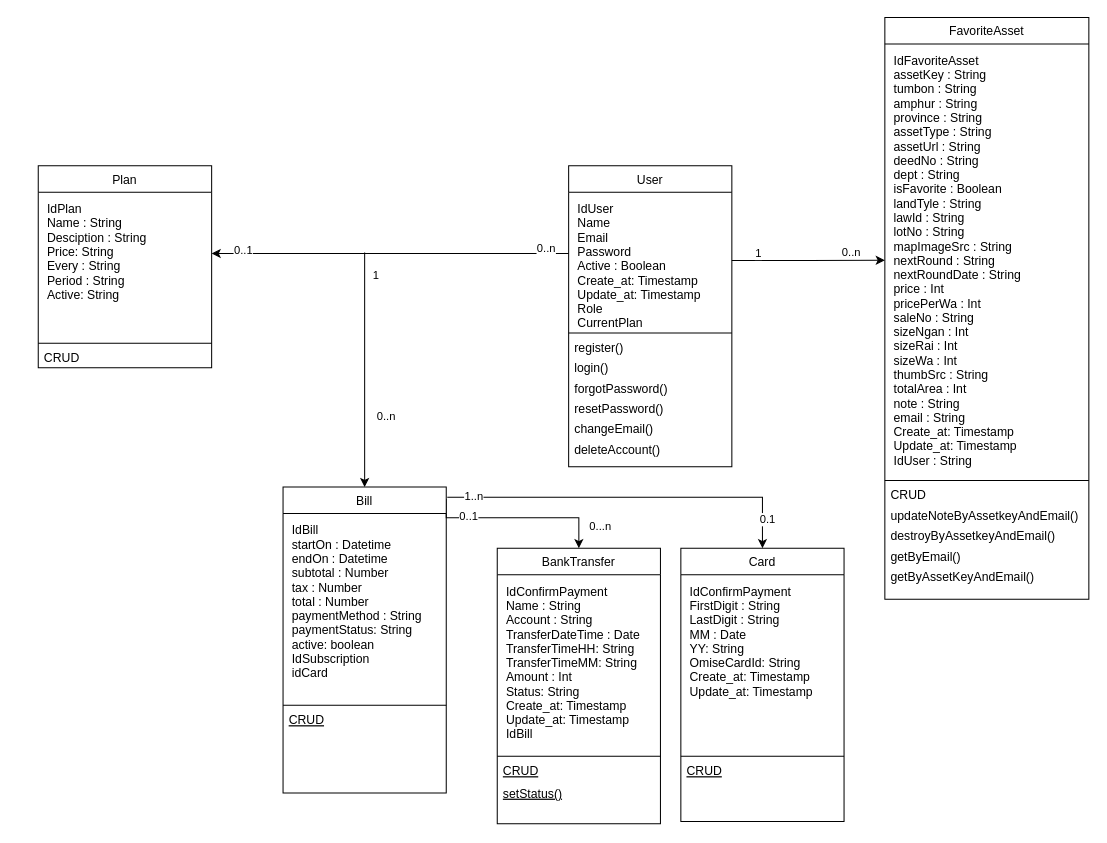
The draw.io diagram Pramool Quick Laravel-Vue.drawio in Chawn/pramoolquick-laravel-vue, before the edit. Source tidied: cells renumbered, new cells numbered last; positions are measured from the earlier drawing's top-left corner, leaving out a move shared by most shapes. Both pictures are drawn from the tidied source at 102%, with x=0, y=0 at pixel (38, 17).
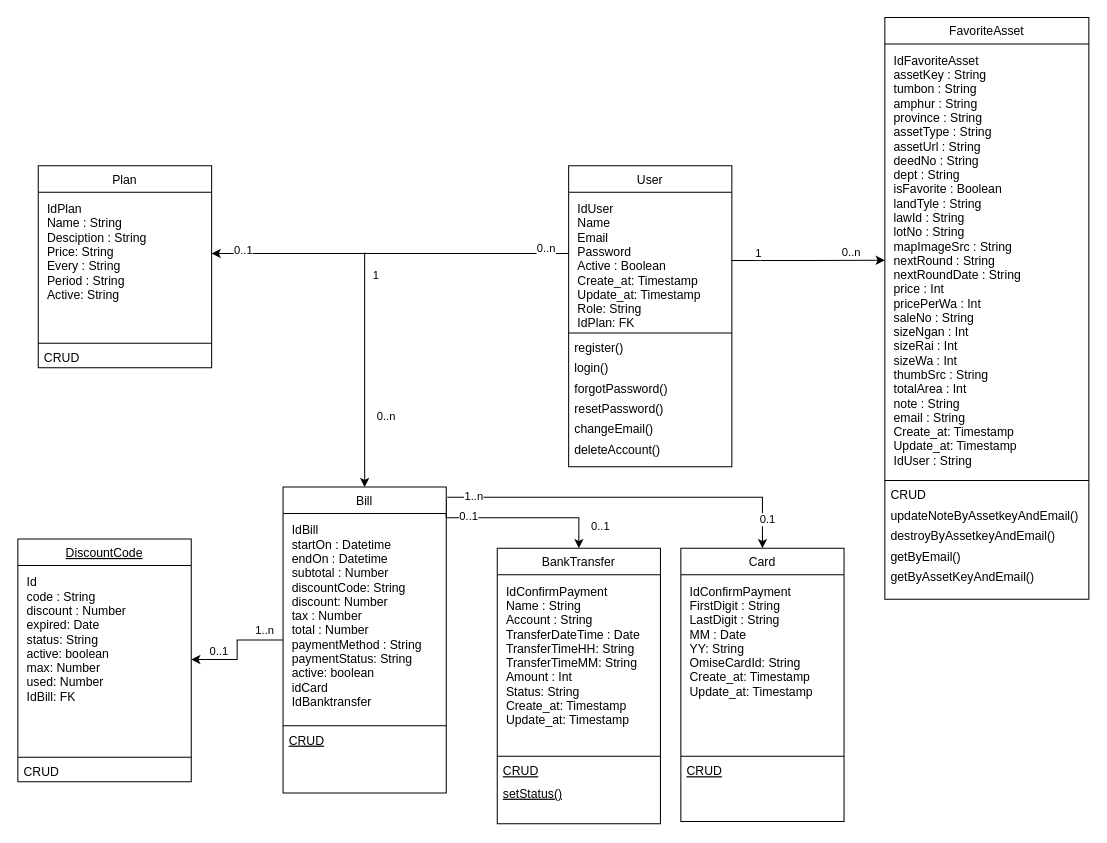
The same diagram, later.

Unchanged cells that the change refers to:
```xml
<mxCell id="2" value="User" style="swimlane;fontStyle=0;align=center;verticalAlign=top;horizontal=1;startSize=26;rounded=0;shadow=0;strokeWidth=1;" parent="1" vertex="1">
  <mxGeometry x="520" y="145" width="160" height="295" as="geometry" />
</mxCell>
<mxCell id="32" value="BankTransfer" style="swimlane;fontStyle=0;align=center;verticalAlign=top;horizontal=1;startSize=26;rounded=0;shadow=0;strokeWidth=1;" parent="1" vertex="1">
  <mxGeometry x="450" y="520" width="160" height="270" as="geometry" />
</mxCell>
<mxCell id="41" style="edgeStyle=orthogonalEdgeStyle;rounded=0;jettySize=auto;html=1;entryX=0.5;entryY=0;entryDx=0;entryDy=0;exitX=1;exitY=0.039;exitDx=0;exitDy=0;exitPerimeter=0;" parent="1" edge="1" source="44" target="32">
  <mxGeometry relative="1" as="geometry">
    <Array as="points">
      <mxPoint x="400" y="490" />
      <mxPoint x="530" y="490" />
    </Array>
  </mxGeometry>
</mxCell>
<mxCell id="44" value="Bill" style="swimlane;fontStyle=0;align=center;verticalAlign=top;horizontal=1;startSize=26;rounded=0;shadow=0;strokeWidth=1;" parent="1" vertex="1">
  <mxGeometry x="240" y="460" width="160" height="300" as="geometry" />
</mxCell>
```

Change to the diagram source:
```diff
@@
-    <mxCell id="3" value="IdUser&#10;Name&#10;Email&#10;Password&#10;Active : Boolean&#10;Create_at: Timestamp&#10;Update_at: Timestamp&#10;Role&#10;CurrentPlan" style="text;align=left;verticalAlign=top;spacingLeft=4;spacingRight=4;overflow=hidden;points=[[0,0.5],[1,0.5]];portConstraint=eastwest;spacingTop=0;fontSize=12;spacingBottom=0;spacing=5;" parent="2" vertex="1">
+    <mxCell id="3" value="IdUser&#10;Name&#10;Email&#10;Password&#10;Active : Boolean&#10;Create_at: Timestamp&#10;Update_at: Timestamp&#10;Role: String&#10;IdPlan: FK" style="text;align=left;verticalAlign=top;spacingLeft=4;spacingRight=4;overflow=hidden;points=[[0,0.5],[1,0.5]];portConstraint=eastwest;spacingTop=0;fontSize=12;spacingBottom=0;spacing=5;" parent="2" vertex="1">
       <mxGeometry y="26" width="160" height="134" as="geometry" />
     </mxCell>
@@
-    <mxCell id="33" value="IdConfirmPayment&#10;Name : String&#10;Account : String&#10;TransferDateTime : Date&#10;TransferTimeHH: String&#10;TransferTimeMM: String&#10;Amount : Int&#10;Status: String&#10;Create_at: Timestamp&#10;Update_at: Timestamp&#10;IdBill" style="text;align=left;verticalAlign=top;spacingLeft=4;spacingRight=4;overflow=hidden;spacingTop=0;fontSize=12;spacingBottom=0;spacing=5;" parent="32" vertex="1">
+    <mxCell id="33" value="IdConfirmPayment&#10;Name : String&#10;Account : String&#10;TransferDateTime : Date&#10;TransferTimeHH: String&#10;TransferTimeMM: String&#10;Amount : Int&#10;Status: String&#10;Create_at: Timestamp&#10;Update_at: Timestamp&#10;" style="text;align=left;verticalAlign=top;spacingLeft=4;spacingRight=4;overflow=hidden;spacingTop=0;fontSize=12;spacingBottom=0;spacing=5;" parent="32" vertex="1">
       <mxGeometry y="26" width="160" height="174" as="geometry" />
     </mxCell>
@@
-    <mxCell id="43" value="0...n" style="edgeLabel;html=1;align=center;verticalAlign=middle;" parent="41" vertex="1">
+    <mxCell id="43" value="0..1" style="edgeLabel;html=1;align=center;verticalAlign=middle;" parent="41" vertex="1">
       <mxGeometry x="0.76" relative="1" as="geometry">
         <mxPoint x="20" as="offset" />
       </mxGeometry>
     </mxCell>
+    <mxCell id="51" style="edgeStyle=orthogonalEdgeStyle;rounded=0;jettySize=auto;html=1;entryX=1;entryY=0.5;entryDx=0;entryDy=0;" parent="1" edge="1" source="44" target="55">
+      <mxGeometry relative="1" as="geometry" />
+    </mxCell>
+    <mxCell id="52" value="0..1" style="edgeLabel;html=1;align=center;verticalAlign=middle;" parent="51" vertex="1">
+      <mxGeometry x="0.3" y="-1" relative="1" as="geometry">
+        <mxPoint x="-12" y="-8" as="offset" />
+      </mxGeometry>
+    </mxCell>
+    <mxCell id="53" value="1..n" style="edgeLabel;html=1;align=center;verticalAlign=middle;" parent="51" vertex="1">
+      <mxGeometry x="-0.65" y="-1" relative="1" as="geometry">
+        <mxPoint y="-9" as="offset" />
+      </mxGeometry>
+    </mxCell>
@@
-    <mxCell id="45" value="IdBill&#10;startOn : Datetime&#10;endOn : Datetime&#10;subtotal : Number&#10;tax : Number&#10;total : Number&#10;paymentMethod : String&#10;paymentStatus: String&#10;active: boolean&#10;IdSubscription&#10;idCard" style="text;align=left;verticalAlign=top;spacingLeft=4;spacingRight=4;overflow=hidden;spacingTop=0;fontSize=12;spacingBottom=0;spacing=5;" parent="44" vertex="1">
-      <mxGeometry y="26" width="160" height="184" as="geometry" />
+    <mxCell id="45" value="IdBill&#10;startOn : Datetime&#10;endOn : Datetime&#10;subtotal : Number&#10;discountCode: String&#10;discount: Number&#10;tax : Number&#10;total : Number&#10;paymentMethod : String&#10;paymentStatus: String&#10;active: boolean&#10;idCard&#10;IdBanktransfer" style="text;align=left;verticalAlign=top;spacingLeft=4;spacingRight=4;overflow=hidden;spacingTop=0;fontSize=12;spacingBottom=0;spacing=5;" parent="44" vertex="1">
+      <mxGeometry y="26" width="160" height="204" as="geometry" />
     </mxCell>
     <mxCell id="46" style="line;html=1;strokeWidth=1;align=left;verticalAlign=middle;spacingTop=-1;spacingLeft=3;spacingRight=3;labelPosition=right;" parent="44" vertex="1">
-      <mxGeometry y="210" width="160" height="8" as="geometry" />
+      <mxGeometry y="230" width="160" height="8" as="geometry" />
     </mxCell>
     <mxCell id="47" value="CRUD" style="text;align=left;verticalAlign=bottom;spacingLeft=4;spacingRight=4;overflow=hidden;fontStyle=4;" parent="44" vertex="1">
-      <mxGeometry y="218" width="160" height="20" as="geometry" />
+      <mxGeometry y="238" width="160" height="20" as="geometry" />
     </mxCell>
@@
+    <mxCell id="54" value="DiscountCode" style="swimlane;fontStyle=4;align=center;verticalAlign=top;horizontal=1;startSize=26;rounded=0;shadow=0;strokeWidth=1;" parent="1" vertex="1">
+      <mxGeometry x="-20" y="511" width="170" height="238" as="geometry" />
+    </mxCell>
+    <mxCell id="55" value="Id&#10;code : String&#10;discount : Number&#10;expired: Date&#10;status: String&#10;active: boolean&#10;max: Number&#10;used: Number&#10;IdBill: FK" style="text;align=left;verticalAlign=top;spacingLeft=4;spacingRight=4;overflow=hidden;points=[[0,0.5],[1,0.5]];portConstraint=eastwest;spacingTop=0;fontSize=12;spacingBottom=0;spacing=5;" parent="54" vertex="1">
+      <mxGeometry y="26" width="170" height="184" as="geometry" />
+    </mxCell>
+    <mxCell id="56" style="line;html=1;strokeWidth=1;align=left;verticalAlign=middle;spacingTop=-1;spacingLeft=3;spacingRight=3;labelPosition=right;" parent="54" vertex="1">
+      <mxGeometry y="210" width="170" height="8" as="geometry" />
+    </mxCell>
+    <mxCell id="57" value="CRUD" style="text;align=left;verticalAlign=bottom;spacingLeft=4;spacingRight=4;overflow=hidden;" parent="54" vertex="1">
+      <mxGeometry y="218" width="170" height="20" as="geometry" />
+    </mxCell>
```
